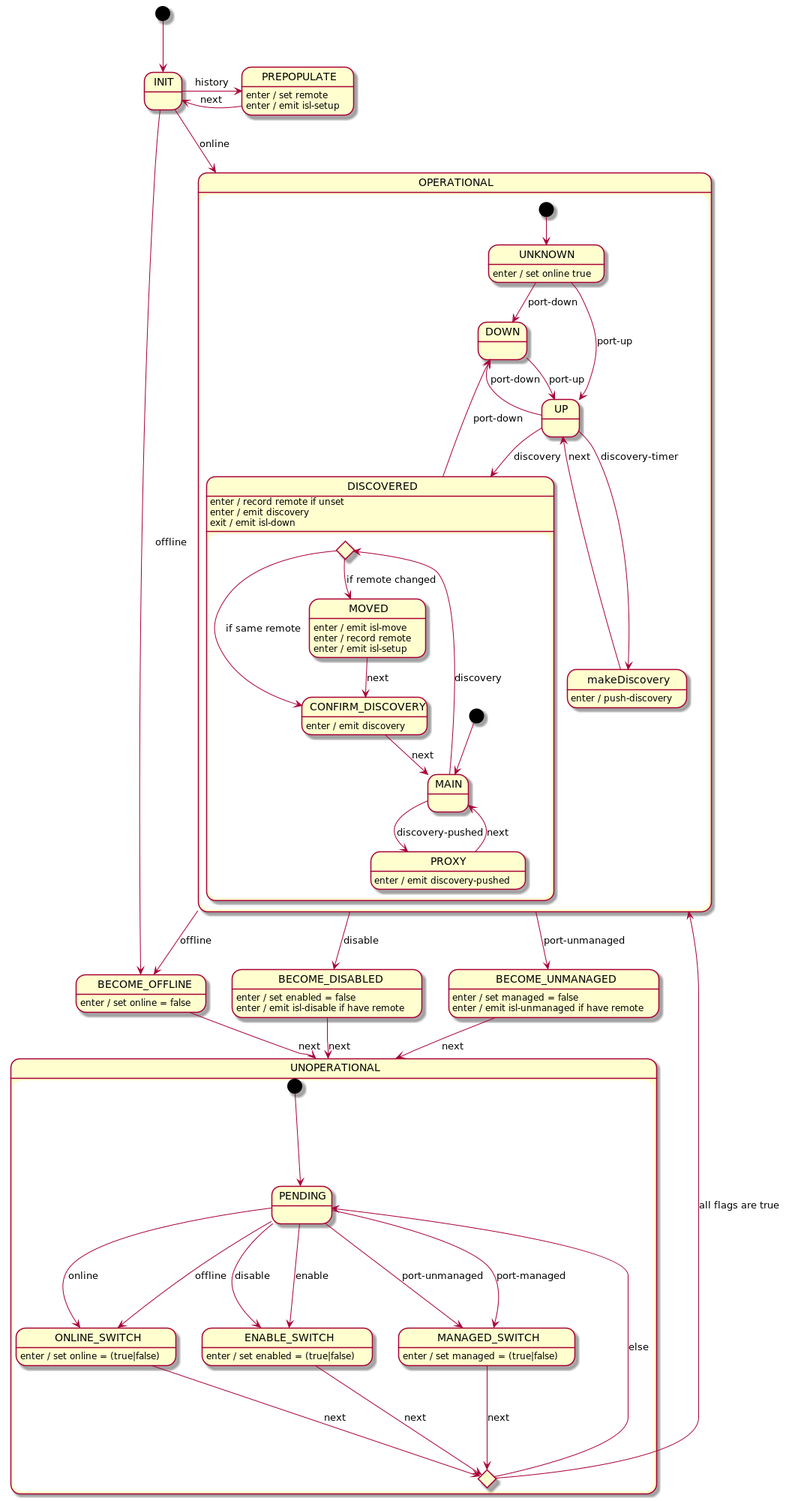
The PlantUML diagram docs/design/network-discovery/port-FSM.png in jangwonpark74/open-kilda, before a commit.
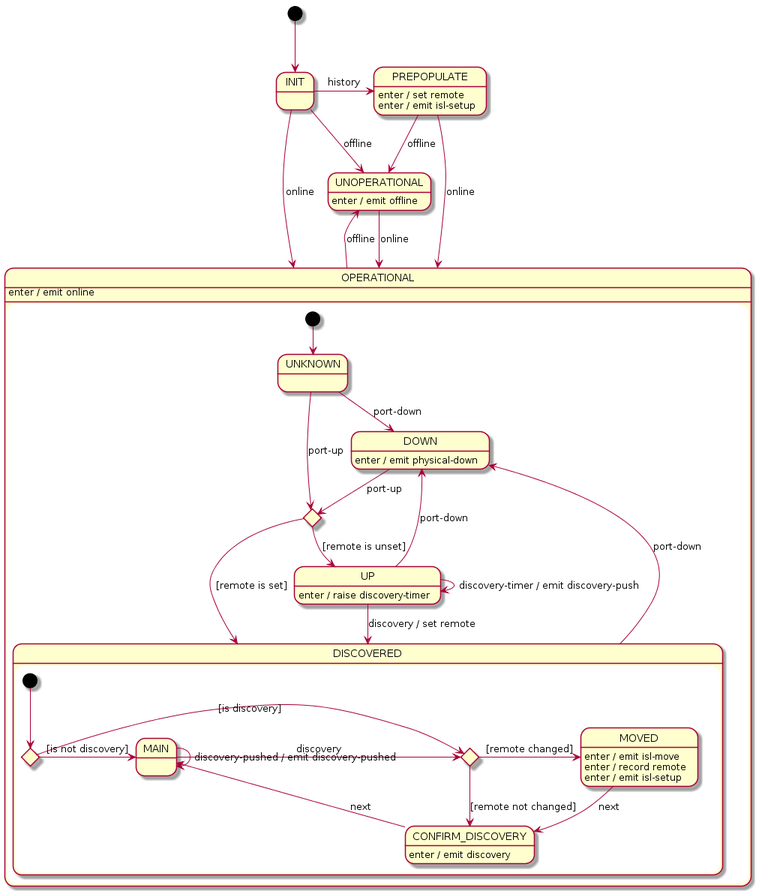
Above is the later version.

The edit, as a diff of the source:
```diff
@@ -2,46 +2,49 @@
 [*] --> INIT
 
 INIT -r-> PREPOPULATE : history
-INIT --> BECOME_OFFLINE : offline
+INIT --> UNOPERATIONAL : offline
 INIT --> OPERATIONAL : online
 
-PREPOPULATE -l-> INIT : next
+PREPOPULATE --> OPERATIONAL : online
+PREPOPULATE --> UNOPERATIONAL : offline
 PREPOPULATE : enter / set remote
 PREPOPULATE : enter / emit isl-setup
 
 state OPERATIONAL {
+    OPERATIONAL : enter / emit online
+
+    state discoveredChoice <<choice>>
+
     [*] --> UNKNOWN
 
     UNKNOWN --> DOWN : port-down
-    UNKNOWN --> UP : port-up
-    UNKNOWN : enter / set online true
+    UNKNOWN --> discoveredChoice : port-up
 
-    UP --> DOWN : port-down
-    UP --> makeDiscovery : discovery-timer
-    UP --> DISCOVERED : discovery
+    UP -u-> DOWN : port-down
+    UP --> UP : discovery-timer / emit discovery-push
+    UP --> DISCOVERED : discovery / set remote
+    UP : enter / raise discovery-timer
 
-    makeDiscovery : enter / push-discovery
-    makeDiscovery --> UP : next
+    DOWN --> discoveredChoice : port-up
+    DOWN : enter / emit physical-down
 
-    DOWN --> UP : port-up
+    discoveredChoice --> UP : [remote is unset]
+    discoveredChoice --> DISCOVERED : [remote is set]
 
     state DISCOVERED {
-        DISCOVERED : enter / record remote if unset
-        DISCOVERED : enter / emit discovery
-        DISCOVERED : exit / emit isl-down
+        state entryChoice <<choice>>
+        state movedChoice <<choice>>
 
-        state checkMoved <<choice>>
+        [*] --> entryChoice
 
-        [*] --> MAIN
+        entryChoice -> movedChoice : [is discovery]
+        entryChoice --> MAIN : [is not discovery]
 
-        MAIN --> checkMoved : discovery
-        MAIN --> PROXY : discovery-pushed
+        movedChoice --> CONFIRM_DISCOVERY : [remote not changed]
+        movedChoice -> MOVED : [remote changed]
 
-        checkMoved --> CONFIRM_DISCOVERY : if same remote
-        checkMoved --> MOVED : if remote changed
-
-        PROXY --> MAIN : next
-        PROXY : enter / emit discovery-pushed
+        MAIN -> movedChoice : discovery
+        MAIN --> MAIN : discovery-pushed / emit discovery-pushed
 
         MOVED --> CONFIRM_DISCOVERY : next
         MOVED : enter / emit isl-move
@@ -54,44 +57,9 @@
     DISCOVERED --> DOWN : port-down
 }
 
-OPERATIONAL --> BECOME_OFFLINE : offline
-OPERATIONAL --> BECOME_DISABLED : disable
-OPERATIONAL --> BECOME_UNMANAGED : port-unmanaged
+OPERATIONAL --> UNOPERATIONAL : offline
 
-BECOME_OFFLINE --> UNOPERATIONAL : next
-BECOME_OFFLINE : enter / set online = false
-
-BECOME_DISABLED --> UNOPERATIONAL : next
-BECOME_DISABLED : enter / set enabled = false
-BECOME_DISABLED : enter / emit isl-disable if have remote
-
-BECOME_UNMANAGED --> UNOPERATIONAL : next
-BECOME_UNMANAGED : enter / set managed = false
-BECOME_UNMANAGED : enter / emit isl-unmanaged if have remote
-
-state UNOPERATIONAL {
-    [*] --> PENDING
-
-    state OPERATIONAL_DECISION <<choice>>
-
-    PENDING --> ONLINE_SWITCH : online
-    PENDING --> ONLINE_SWITCH : offline
-    PENDING --> ENABLE_SWITCH : disable
-    PENDING --> ENABLE_SWITCH : enable
-    PENDING --> MANAGED_SWITCH : port-unmanaged
-    PENDING --> MANAGED_SWITCH : port-managed
-
-    ONLINE_SWITCH --> OPERATIONAL_DECISION : next
-    ONLINE_SWITCH : enter / set online = (true|false)
-
-    ENABLE_SWITCH --> OPERATIONAL_DECISION : next
-    ENABLE_SWITCH : enter / set enabled = (true|false)
-
-    MANAGED_SWITCH --> OPERATIONAL_DECISION : next
-    MANAGED_SWITCH : enter / set managed = (true|false)
-
-    OPERATIONAL_DECISION --> PENDING : else
-    OPERATIONAL_DECISION -u-> OPERATIONAL : all flags are true
-}
+UNOPERATIONAL --> OPERATIONAL : online
+UNOPERATIONAL : enter / emit offline
 
 @enduml
```
